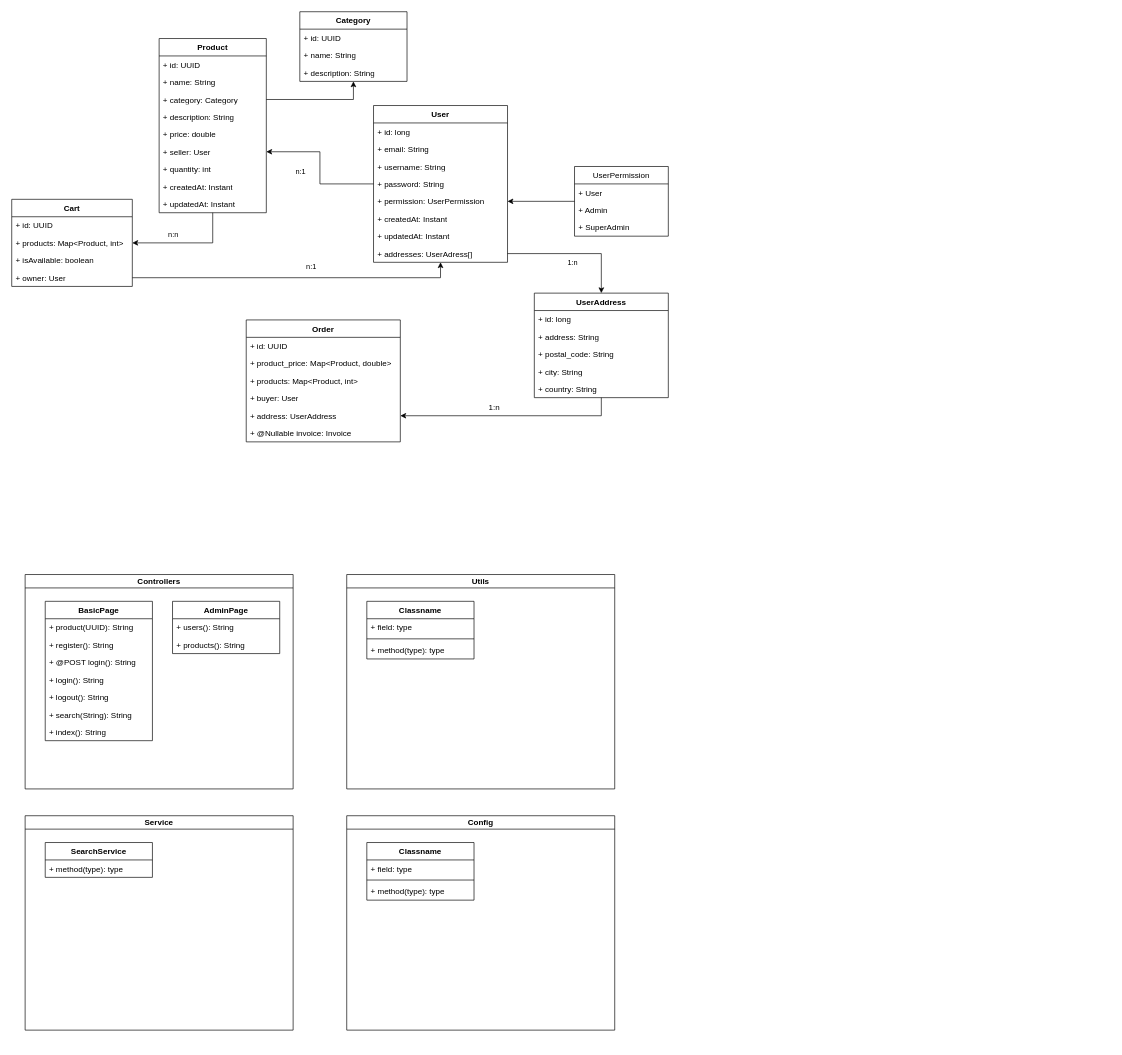
Above: allegro-basic.drawio in stachu540/zdjava137-project (draw.io), before the change. Source tidied: cells renumbered, new cells numbered last; positions are measured from the earlier drawing's top-left corner, leaving out a move shared by most shapes. Both pictures are drawn from the tidied source at 67%, with x=0, y=0 at pixel (11, 11).
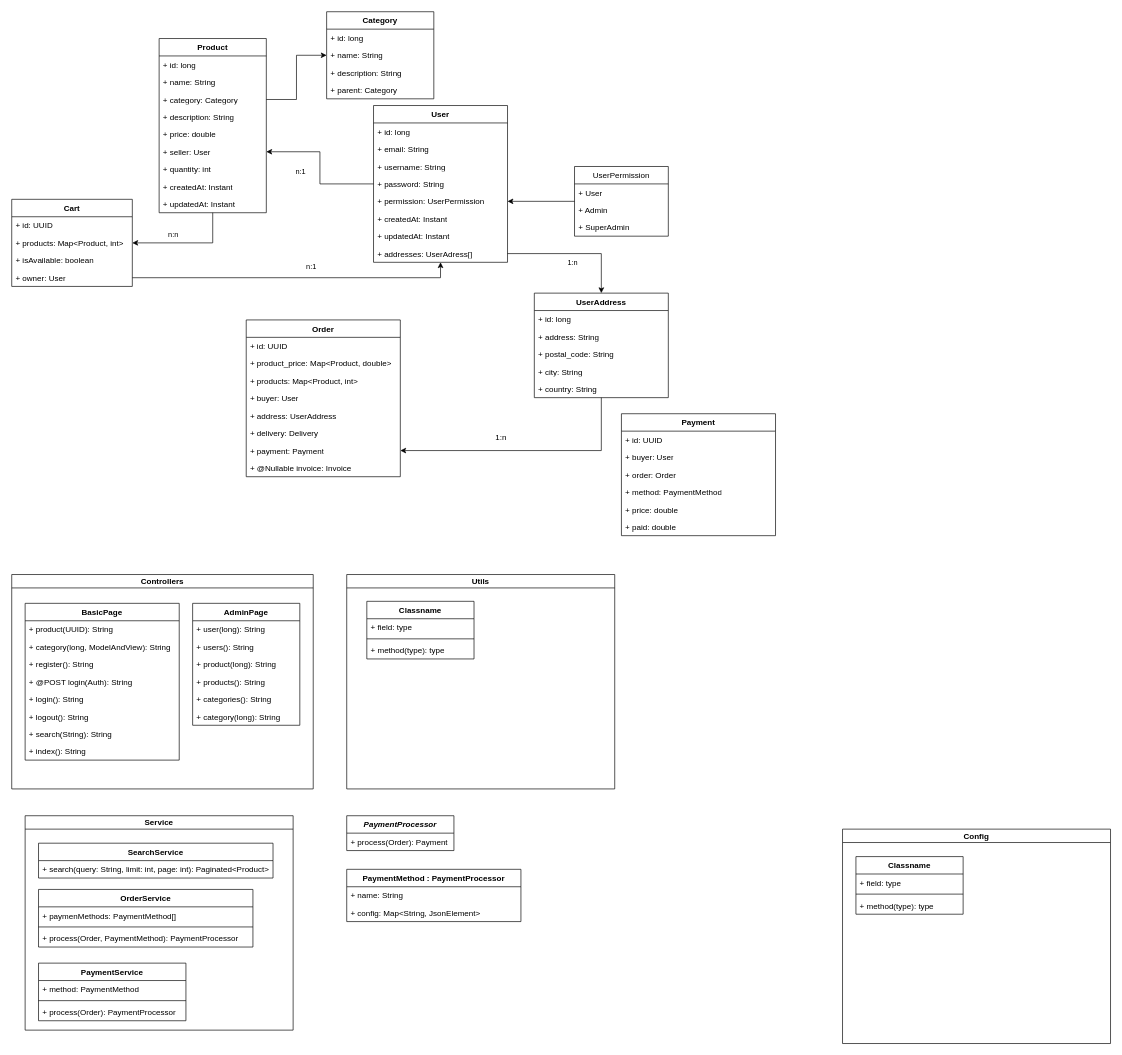
The same page after the edit.

Unchanged cells that the change refers to:
```xml
<mxCell id="4" value="Product" style="swimlane;fontStyle=1;align=center;verticalAlign=top;horizontal=1;startSize=26;whiteSpace=wrap;html=1;" parent="1" vertex="1">
  <mxGeometry x="220" y="40" width="160" height="260" as="geometry" />
</mxCell>
<mxCell id="49" value="Service" style="swimlane;startSize=20;horizontal=1;containerType=tree;" parent="1" vertex="1">
  <mxGeometry x="20" y="1200" width="400" height="320" as="geometry" />
</mxCell>
```

Change to the diagram source:
```diff
@@
-    <mxCell id="5" value="+ id: UUID" style="text;strokeColor=none;fillColor=none;align=left;verticalAlign=top;spacingLeft=4;spacingRight=4;overflow=hidden;whiteSpace=wrap;html=1;" parent="4" vertex="1">
+    <mxCell id="5" value="+ id: long" style="text;strokeColor=none;fillColor=none;align=left;verticalAlign=top;spacingLeft=4;spacingRight=4;overflow=hidden;whiteSpace=wrap;html=1;" parent="4" vertex="1">
       <mxGeometry y="26" width="160" height="26" as="geometry" />
     </mxCell>
@@
     <mxCell id="37" value="Controllers" style="swimlane;startSize=20;horizontal=1;containerType=tree;" parent="1" vertex="1">
-      <mxGeometry x="20" y="840" width="400" height="320" as="geometry" />
+      <mxGeometry y="840" width="450" height="320" as="geometry" />
     </mxCell>
     <mxCell id="38" value="BasicPage" style="swimlane;fontStyle=1;align=center;verticalAlign=top;horizontal=1;startSize=26;" parent="37" vertex="1">
-      <mxGeometry x="30" y="40" width="160" height="208" as="geometry" />
+      <mxGeometry x="20" y="43" width="230" height="234" as="geometry" />
     </mxCell>
     <mxCell id="39" value="+ product(UUID): String" style="text;strokeColor=none;fillColor=none;align=left;verticalAlign=top;spacingLeft=4;spacingRight=4;overflow=hidden;" parent="38" vertex="1">
-      <mxGeometry y="26" width="160" height="26" as="geometry" />
+      <mxGeometry y="26" width="230" height="26" as="geometry" />
     </mxCell>
+    <mxCell id="84" value="+ category(long, ModelAndView): String" style="text;strokeColor=none;fillColor=none;align=left;verticalAlign=top;spacingLeft=4;spacingRight=4;overflow=hidden;" parent="38" vertex="1">
+      <mxGeometry y="52" width="230" height="26" as="geometry" />
+    </mxCell>
     <mxCell id="40" value="+ register(): String" style="text;strokeColor=none;fillColor=none;align=left;verticalAlign=top;spacingLeft=4;spacingRight=4;overflow=hidden;" parent="38" vertex="1">
-      <mxGeometry y="52" width="160" height="26" as="geometry" />
+      <mxGeometry y="78" width="230" height="26" as="geometry" />
     </mxCell>
-    <mxCell id="41" value="+ @POST login(): String" style="text;strokeColor=none;fillColor=none;align=left;verticalAlign=top;spacingLeft=4;spacingRight=4;overflow=hidden;" parent="38" vertex="1">
-      <mxGeometry y="78" width="160" height="26" as="geometry" />
+    <mxCell id="41" value="+ @POST login(Auth): String" style="text;strokeColor=none;fillColor=none;align=left;verticalAlign=top;spacingLeft=4;spacingRight=4;overflow=hidden;" parent="38" vertex="1">
+      <mxGeometry y="104" width="230" height="26" as="geometry" />
     </mxCell>
     <mxCell id="42" value="+ login(): String" style="text;strokeColor=none;fillColor=none;align=left;verticalAlign=top;spacingLeft=4;spacingRight=4;overflow=hidden;" parent="38" vertex="1">
-      <mxGeometry y="104" width="160" height="26" as="geometry" />
+      <mxGeometry y="130" width="230" height="26" as="geometry" />
     </mxCell>
     <mxCell id="43" value="+ logout(): String" style="text;strokeColor=none;fillColor=none;align=left;verticalAlign=top;spacingLeft=4;spacingRight=4;overflow=hidden;" parent="38" vertex="1">
-      <mxGeometry y="130" width="160" height="26" as="geometry" />
+      <mxGeometry y="156" width="230" height="26" as="geometry" />
     </mxCell>
     <mxCell id="44" value="+ search(String): String" style="text;strokeColor=none;fillColor=none;align=left;verticalAlign=top;spacingLeft=4;spacingRight=4;overflow=hidden;" parent="38" vertex="1">
-      <mxGeometry y="156" width="160" height="26" as="geometry" />
+      <mxGeometry y="182" width="230" height="26" as="geometry" />
     </mxCell>
     <mxCell id="45" value="+ index(): String" style="text;strokeColor=none;fillColor=none;align=left;verticalAlign=top;spacingLeft=4;spacingRight=4;overflow=hidden;" parent="38" vertex="1">
-      <mxGeometry y="182" width="160" height="26" as="geometry" />
+      <mxGeometry y="208" width="230" height="26" as="geometry" />
     </mxCell>
     <mxCell id="46" value="AdminPage" style="swimlane;fontStyle=1;align=center;verticalAlign=top;horizontal=1;startSize=26;" parent="37" vertex="1">
-      <mxGeometry x="220" y="40" width="160" height="78" as="geometry" />
+      <mxGeometry x="270" y="43" width="160" height="182" as="geometry" />
     </mxCell>
+    <mxCell id="85" value="+ user(long): String" style="text;strokeColor=none;fillColor=none;align=left;verticalAlign=top;spacingLeft=4;spacingRight=4;overflow=hidden;" parent="46" vertex="1">
+      <mxGeometry y="26" width="160" height="26" as="geometry" />
+    </mxCell>
     <mxCell id="47" value="+ users(): String" style="text;strokeColor=none;fillColor=none;align=left;verticalAlign=top;spacingLeft=4;spacingRight=4;overflow=hidden;" parent="46" vertex="1">
-      <mxGeometry y="26" width="160" height="26" as="geometry" />
+      <mxGeometry y="52" width="160" height="26" as="geometry" />
     </mxCell>
+    <mxCell id="86" value="+ product(long): String" style="text;strokeColor=none;fillColor=none;align=left;verticalAlign=top;spacingLeft=4;spacingRight=4;overflow=hidden;" parent="46" vertex="1">
+      <mxGeometry y="78" width="160" height="26" as="geometry" />
+    </mxCell>
     <mxCell id="48" value="+ products(): String" style="text;strokeColor=none;fillColor=none;align=left;verticalAlign=top;spacingLeft=4;spacingRight=4;overflow=hidden;" parent="46" vertex="1">
-      <mxGeometry y="52" width="160" height="26" as="geometry" />
+      <mxGeometry y="104" width="160" height="26" as="geometry" />
     </mxCell>
+    <mxCell id="87" value="+ categories(): String" style="text;strokeColor=none;fillColor=none;align=left;verticalAlign=top;spacingLeft=4;spacingRight=4;overflow=hidden;" parent="46" vertex="1">
+      <mxGeometry y="130" width="160" height="26" as="geometry" />
+    </mxCell>
+    <mxCell id="88" value="+ category(long): String" style="text;strokeColor=none;fillColor=none;align=left;verticalAlign=top;spacingLeft=4;spacingRight=4;overflow=hidden;" parent="46" vertex="1">
+      <mxGeometry y="156" width="160" height="26" as="geometry" />
+    </mxCell>
@@
     <mxCell id="50" value="SearchService" style="swimlane;fontStyle=1;align=center;verticalAlign=top;horizontal=1;startSize=26;" parent="49" vertex="1">
-      <mxGeometry x="30" y="40" width="160" height="52" as="geometry" />
+      <mxGeometry x="20" y="41" width="350" height="52" as="geometry" />
     </mxCell>
-    <mxCell id="51" value="+ method(type): type" style="text;strokeColor=none;fillColor=none;align=left;verticalAlign=top;spacingLeft=4;spacingRight=4;overflow=hidden;" parent="50" vertex="1">
-      <mxGeometry y="26" width="160" height="26" as="geometry" />
+    <mxCell id="51" value="+ search(query: String, limit: int, page: int): Paginated&lt;Product&gt;" style="text;strokeColor=none;fillColor=none;align=left;verticalAlign=top;spacingLeft=4;spacingRight=4;overflow=hidden;" parent="50" vertex="1">
+      <mxGeometry y="26" width="350" height="26" as="geometry" />
     </mxCell>
+    <mxCell id="89" value="OrderService" style="swimlane;fontStyle=1;align=center;verticalAlign=top;horizontal=1;startSize=26;" parent="49" vertex="1">
+      <mxGeometry x="20" y="110" width="320" height="86" as="geometry" />
+    </mxCell>
+    <mxCell id="90" value="+ paymenMethods: PaymentMethod[]" style="text;strokeColor=none;fillColor=none;align=left;verticalAlign=top;spacingLeft=4;spacingRight=4;overflow=hidden;" parent="89" vertex="1">
+      <mxGeometry y="26" width="320" height="26" as="geometry" />
+    </mxCell>
+    <mxCell id="91" style="line;strokeWidth=1;fillColor=none;align=left;verticalAlign=middle;spacingTop=-1;spacingLeft=3;spacingRight=3;labelPosition=right;strokeColor=inherit;" parent="89" vertex="1">
+      <mxGeometry y="52" width="320" height="8" as="geometry" />
+    </mxCell>
+    <mxCell id="92" value="+ process(Order, PaymentMethod): PaymentProcessor" style="text;strokeColor=none;fillColor=none;align=left;verticalAlign=top;spacingLeft=4;spacingRight=4;overflow=hidden;" parent="89" vertex="1">
+      <mxGeometry y="60" width="320" height="26" as="geometry" />
+    </mxCell>
+    <mxCell id="93" value="PaymentService" style="swimlane;fontStyle=1;align=center;verticalAlign=top;horizontal=1;startSize=26;" parent="49" vertex="1">
+      <mxGeometry x="20" y="220" width="220" height="86" as="geometry" />
+    </mxCell>
+    <mxCell id="94" value="+ method: PaymentMethod" style="text;strokeColor=none;fillColor=none;align=left;verticalAlign=top;spacingLeft=4;spacingRight=4;overflow=hidden;" parent="93" vertex="1">
+      <mxGeometry y="26" width="220" height="26" as="geometry" />
+    </mxCell>
+    <mxCell id="95" style="line;strokeWidth=1;fillColor=none;align=left;verticalAlign=middle;spacingTop=-1;spacingLeft=3;spacingRight=3;labelPosition=right;strokeColor=inherit;" parent="93" vertex="1">
+      <mxGeometry y="52" width="220" height="8" as="geometry" />
+    </mxCell>
+    <mxCell id="96" value="+ process(Order): PaymentProcessor" style="text;strokeColor=none;fillColor=none;align=left;verticalAlign=top;spacingLeft=4;spacingRight=4;overflow=hidden;" parent="93" vertex="1">
+      <mxGeometry y="60" width="220" height="26" as="geometry" />
+    </mxCell>
     <mxCell id="52" value="Config" style="swimlane;startSize=20;horizontal=1;containerType=tree;" parent="1" vertex="1">
-      <mxGeometry x="500" y="1200" width="400" height="320" as="geometry" />
+      <mxGeometry x="1240" y="1220" width="400" height="320" as="geometry" />
     </mxCell>
     <mxCell id="53" value="Classname" style="swimlane;fontStyle=1;align=center;verticalAlign=top;horizontal=1;startSize=26;" parent="52" vertex="1">
-      <mxGeometry x="30" y="40" width="160" height="86" as="geometry" />
+      <mxGeometry x="20" y="41" width="160" height="86" as="geometry" />
     </mxCell>
@@
     <mxCell id="62" value="Order" style="swimlane;fontStyle=1;align=center;verticalAlign=top;horizontal=1;startSize=26;whiteSpace=wrap;html=1;" parent="1" vertex="1">
-      <mxGeometry x="350" y="460" width="230" height="182" as="geometry" />
+      <mxGeometry x="350" y="460" width="230" height="234" as="geometry" />
     </mxCell>
@@
+    <mxCell id="97" value="+ address:&amp;nbsp;&lt;span style=&quot;text-align: center;&quot;&gt;UserAddress&lt;/span&gt;" style="text;strokeColor=none;fillColor=none;align=left;verticalAlign=top;spacingLeft=4;spacingRight=4;overflow=hidden;whiteSpace=wrap;html=1;" parent="62" vertex="1">
+      <mxGeometry y="130" width="230" height="26" as="geometry" />
+    </mxCell>
+    <mxCell id="98" value="+ delivery:&amp;nbsp;&lt;span style=&quot;text-align: center;&quot;&gt;Delivery&lt;/span&gt;" style="text;strokeColor=none;fillColor=none;align=left;verticalAlign=top;spacingLeft=4;spacingRight=4;overflow=hidden;whiteSpace=wrap;html=1;" parent="62" vertex="1">
+      <mxGeometry y="156" width="230" height="26" as="geometry" />
+    </mxCell>
-    <mxCell id="67" value="+ address:&amp;nbsp;&lt;span style=&quot;text-align: center;&quot;&gt;UserAddress&lt;/span&gt;" style="text;strokeColor=none;fillColor=none;align=left;verticalAlign=top;spacingLeft=4;spacingRight=4;overflow=hidden;points=[[0,0.5],[1,0.5]];portConstraint=eastwest;whiteSpace=wrap;html=1;" parent="62" vertex="1">
-      <mxGeometry y="130" width="230" height="26" as="geometry" />
+    <mxCell id="67" value="+ payment:&amp;nbsp;&lt;span style=&quot;text-align: center;&quot;&gt;Payment&lt;/span&gt;" style="text;strokeColor=none;fillColor=none;align=left;verticalAlign=top;spacingLeft=4;spacingRight=4;overflow=hidden;points=[[0,0.5],[1,0.5]];portConstraint=eastwest;whiteSpace=wrap;html=1;" parent="62" vertex="1">
+      <mxGeometry y="182" width="230" height="26" as="geometry" />
     </mxCell>
     <mxCell id="68" value="+ @Nullable invoice: Invoice" style="text;strokeColor=none;fillColor=none;align=left;verticalAlign=top;spacingLeft=4;spacingRight=4;overflow=hidden;whiteSpace=wrap;html=1;" parent="62" vertex="1">
-      <mxGeometry y="156" width="230" height="26" as="geometry" />
+      <mxGeometry y="208" width="230" height="26" as="geometry" />
     </mxCell>
@@
     <mxCell id="76" value="Category" style="swimlane;fontStyle=1;align=center;verticalAlign=top;horizontal=1;startSize=26;whiteSpace=wrap;html=1;" parent="1" vertex="1">
-      <mxGeometry x="430" width="160" height="104" as="geometry" />
+      <mxGeometry x="470" width="160" height="130" as="geometry" />
     </mxCell>
-    <mxCell id="77" value="+ id: UUID" style="text;strokeColor=none;fillColor=none;align=left;verticalAlign=top;spacingLeft=4;spacingRight=4;overflow=hidden;whiteSpace=wrap;html=1;" parent="76" vertex="1">
+    <mxCell id="77" value="+ id: long" style="text;strokeColor=none;fillColor=none;align=left;verticalAlign=top;spacingLeft=4;spacingRight=4;overflow=hidden;whiteSpace=wrap;html=1;" parent="76" vertex="1">
       <mxGeometry y="26" width="160" height="26" as="geometry" />
     </mxCell>
@@
+    <mxCell id="99" value="+ parent: Category" style="text;strokeColor=none;fillColor=none;align=left;verticalAlign=top;spacingLeft=4;spacingRight=4;overflow=hidden;whiteSpace=wrap;html=1;" parent="76" vertex="1">
+      <mxGeometry y="104" width="160" height="26" as="geometry" />
+    </mxCell>
@@
     <mxCell id="83" value="1:n" style="text;html=1;align=center;verticalAlign=middle;strokeColor=none;fillColor=none;" parent="1" vertex="1">
-      <mxGeometry x="700" y="576" width="40" height="30" as="geometry" />
+      <mxGeometry x="710" y="620" width="40" height="30" as="geometry" />
     </mxCell>
+    <mxCell id="100" value="Payment" style="swimlane;fontStyle=1;align=center;verticalAlign=top;horizontal=1;startSize=26;whiteSpace=wrap;html=1;" parent="1" vertex="1">
+      <mxGeometry x="910" y="600" width="230" height="182" as="geometry" />
+    </mxCell>
+    <mxCell id="101" value="+ id: UUID" style="text;strokeColor=none;fillColor=none;align=left;verticalAlign=top;spacingLeft=4;spacingRight=4;overflow=hidden;whiteSpace=wrap;html=1;" parent="100" vertex="1">
+      <mxGeometry y="26" width="230" height="26" as="geometry" />
+    </mxCell>
+    <mxCell id="102" value="+ buyer: User" style="text;strokeColor=none;fillColor=none;align=left;verticalAlign=top;spacingLeft=4;spacingRight=4;overflow=hidden;whiteSpace=wrap;html=1;" parent="100" vertex="1">
+      <mxGeometry y="52" width="230" height="26" as="geometry" />
+    </mxCell>
+    <mxCell id="103" value="+ order:&amp;nbsp;&lt;span style=&quot;text-align: center;&quot;&gt;Order&lt;/span&gt;" style="text;strokeColor=none;fillColor=none;align=left;verticalAlign=top;spacingLeft=4;spacingRight=4;overflow=hidden;whiteSpace=wrap;html=1;" parent="100" vertex="1">
+      <mxGeometry y="78" width="230" height="26" as="geometry" />
+    </mxCell>
+    <mxCell id="104" value="+ method:&amp;nbsp;&lt;span style=&quot;text-align: center;&quot;&gt;PaymentMethod&lt;/span&gt;" style="text;strokeColor=none;fillColor=none;align=left;verticalAlign=top;spacingLeft=4;spacingRight=4;overflow=hidden;whiteSpace=wrap;html=1;" parent="100" vertex="1">
+      <mxGeometry y="104" width="230" height="26" as="geometry" />
+    </mxCell>
+    <mxCell id="105" value="&lt;div style=&quot;text-align: center;&quot;&gt;&lt;span style=&quot;background-color: initial;&quot;&gt;+ price: double&lt;/span&gt;&lt;/div&gt;" style="text;strokeColor=none;fillColor=none;align=left;verticalAlign=top;spacingLeft=4;spacingRight=4;overflow=hidden;whiteSpace=wrap;html=1;" parent="100" vertex="1">
+      <mxGeometry y="130" width="230" height="26" as="geometry" />
+    </mxCell>
+    <mxCell id="106" value="+ paid: double" style="text;strokeColor=none;fillColor=none;align=left;verticalAlign=top;spacingLeft=4;spacingRight=4;overflow=hidden;whiteSpace=wrap;html=1;" parent="100" vertex="1">
+      <mxGeometry y="156" width="230" height="26" as="geometry" />
+    </mxCell>
+    <mxCell id="107" value="PaymentProcessor" style="swimlane;fontStyle=3;horizontal=1;startSize=26;fillColor=none;" parent="1" vertex="1">
+      <mxGeometry x="500" y="1200" width="160" height="52" as="geometry" />
+    </mxCell>
+    <mxCell id="108" value="+ process(Order): Payment" style="text;strokeColor=none;fillColor=none;align=left;verticalAlign=top;spacingLeft=4;spacingRight=4;overflow=hidden;" parent="107" vertex="1">
+      <mxGeometry y="26" width="160" height="26" as="geometry" />
+    </mxCell>
+    <mxCell id="109" value="PaymentMethod : PaymentProcessor" style="swimlane;fontStyle=1;horizontal=1;startSize=26;fillColor=none;" parent="1" vertex="1">
+      <mxGeometry x="500" y="1280" width="260" height="78" as="geometry" />
+    </mxCell>
+    <mxCell id="110" value="+ name: String" style="text;strokeColor=none;fillColor=none;align=left;verticalAlign=top;spacingLeft=4;spacingRight=4;overflow=hidden;" parent="109" vertex="1">
+      <mxGeometry y="26" width="260" height="26" as="geometry" />
+    </mxCell>
+    <mxCell id="111" value="+ config: Map&lt;String, JsonElement&gt;" style="text;strokeColor=none;fillColor=none;align=left;verticalAlign=top;spacingLeft=4;spacingRight=4;overflow=hidden;" parent="109" vertex="1">
+      <mxGeometry y="52" width="260" height="26" as="geometry" />
+    </mxCell>
```
